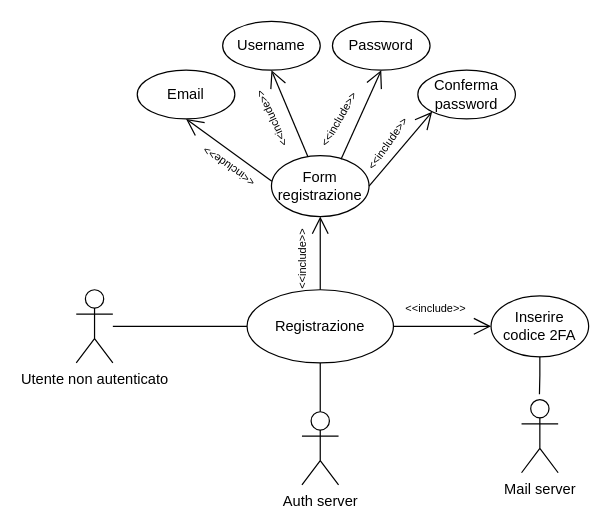
Before: second-deliverable/images/Registrazione_UCD.drawio.xml in IS-FixMi/Documentation-Source, a draw.io diagram. Source tidied: cells renumbered, new cells numbered last; positions are measured from the earlier drawing's top-left corner, leaving out a move shared by most shapes. Both pictures are drawn from the tidied source at 122%, with x=0, y=0 at pixel (76, 21).
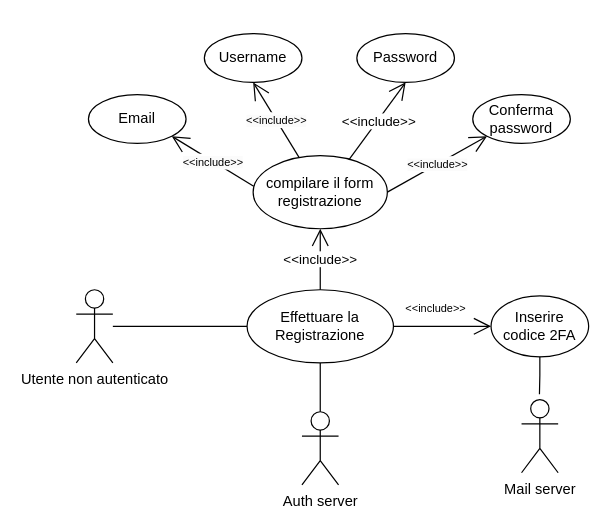
After the change.

Unchanged cells that the change refers to:
```xml
<mxCell id="13" style="endArrow=open;endFill=1;endSize=12;html=1;rounded=0;entryX=0.5;entryY=1;entryDx=0;entryDy=0;exitX=0.713;exitY=0.06;exitDx=0;exitDy=0;exitPerimeter=0;" parent="1" edge="1" source="5" target="9">
  <mxGeometry relative="1" as="geometry" />
</mxCell>
```

The edit, as a diff of the source:
```diff
@@
-    <mxCell id="3" value="Registrazione" style="ellipse;whiteSpace=wrap;html=1;" parent="1" vertex="1">
+    <mxCell id="3" value="Effettuare la&lt;br&gt;Registrazione" style="ellipse;whiteSpace=wrap;html=1;" parent="1" vertex="1">
       <mxGeometry x="140" y="220" width="120" height="60" as="geometry" />
     </mxCell>
@@
-    <mxCell id="5" value="Form registrazione" style="ellipse;whiteSpace=wrap;html=1;" parent="1" vertex="1">
-      <mxGeometry x="160" y="110" width="80" height="50" as="geometry" />
+    <mxCell id="5" value="compilare il form registrazione" style="ellipse;whiteSpace=wrap;html=1;" parent="1" vertex="1">
+      <mxGeometry x="145" y="110" width="110" height="60" as="geometry" />
     </mxCell>
-    <mxCell id="6" style="endArrow=open;endFill=1;endSize=12;html=1;rounded=0;exitX=0.5;exitY=0;exitDx=0;exitDy=0;entryX=0.5;entryY=1;entryDx=0;entryDy=0;" parent="1" edge="1" source="3" target="5">
+    <mxCell id="6" value="&amp;lt;&amp;lt;include&amp;gt;&amp;gt;" style="endArrow=open;endFill=1;endSize=12;html=1;rounded=0;exitX=0.5;exitY=0;exitDx=0;exitDy=0;entryX=0.5;entryY=1;entryDx=0;entryDy=0;" parent="1" edge="1" source="3" target="5">
       <mxGeometry relative="1" as="geometry" />
     </mxCell>
     <mxCell id="7" value="Email" style="ellipse;whiteSpace=wrap;html=1;" parent="1" vertex="1">
-      <mxGeometry x="50" y="40" width="80" height="40" as="geometry" />
+      <mxGeometry x="10" y="60" width="80" height="40" as="geometry" />
     </mxCell>
     <mxCell id="8" value="Username" style="ellipse;whiteSpace=wrap;html=1;" parent="1" vertex="1">
-      <mxGeometry x="120" width="80" height="40" as="geometry" />
+      <mxGeometry x="105" y="10" width="80" height="40" as="geometry" />
     </mxCell>
     <mxCell id="9" value="Password" style="ellipse;whiteSpace=wrap;html=1;" parent="1" vertex="1">
-      <mxGeometry x="210" width="80" height="40" as="geometry" />
+      <mxGeometry x="230" y="10" width="80" height="40" as="geometry" />
     </mxCell>
     <mxCell id="10" value="Conferma password" style="ellipse;whiteSpace=wrap;html=1;" parent="1" vertex="1">
-      <mxGeometry x="280" y="40" width="80" height="40" as="geometry" />
+      <mxGeometry x="325" y="60" width="80" height="40" as="geometry" />
     </mxCell>
-    <mxCell id="11" style="endArrow=open;endFill=1;endSize=12;html=1;rounded=0;entryX=0.5;entryY=1;entryDx=0;entryDy=0;exitX=0.004;exitY=0.42;exitDx=0;exitDy=0;exitPerimeter=0;" parent="1" edge="1" source="5" target="7">
+    <mxCell id="11" value="&lt;span style=&quot;color: rgb(0, 0, 0); font-family: Helvetica; font-size: 9px; font-style: normal; font-variant-ligatures: normal; font-variant-caps: normal; font-weight: 400; letter-spacing: normal; orphans: 2; text-align: center; text-indent: 0px; text-transform: none; widows: 2; word-spacing: 0px; -webkit-text-stroke-width: 0px; background-color: rgb(251, 251, 251); text-decoration-thickness: initial; text-decoration-style: initial; text-decoration-color: initial; float: none; display: inline !important;&quot;&gt;&amp;lt;&amp;lt;include&amp;gt;&amp;gt;&lt;/span&gt;" style="endArrow=open;endFill=1;endSize=12;html=1;rounded=0;entryX=1;entryY=1;entryDx=0;entryDy=0;exitX=0.004;exitY=0.42;exitDx=0;exitDy=0;exitPerimeter=0;" parent="1" edge="1" source="5" target="7">
       <mxGeometry relative="1" as="geometry" />
     </mxCell>
-    <mxCell id="12" style="endArrow=open;endFill=1;endSize=12;html=1;rounded=0;entryX=0.5;entryY=1;entryDx=0;entryDy=0;" parent="1" edge="1" source="5" target="8">
+    <mxCell id="12" value="&lt;span style=&quot;color: rgb(0, 0, 0); font-family: Helvetica; font-size: 9px; font-style: normal; font-variant-ligatures: normal; font-variant-caps: normal; font-weight: 400; letter-spacing: normal; orphans: 2; text-align: center; text-indent: 0px; text-transform: none; widows: 2; word-spacing: 0px; -webkit-text-stroke-width: 0px; background-color: rgb(251, 251, 251); text-decoration-thickness: initial; text-decoration-style: initial; text-decoration-color: initial; float: none; display: inline !important;&quot;&gt;&amp;lt;&amp;lt;include&amp;gt;&amp;gt;&lt;/span&gt;" style="endArrow=open;endFill=1;endSize=12;html=1;rounded=0;entryX=0.5;entryY=1;entryDx=0;entryDy=0;" parent="1" edge="1" source="5" target="8">
       <mxGeometry relative="1" as="geometry" />
     </mxCell>
@@
+    <mxCell id="27" value="&amp;lt;&amp;lt;include&amp;gt;&amp;gt;" style="edgeLabel;html=1;align=center;verticalAlign=middle;" parent="13" vertex="1">
+      <mxGeometry x="0.01" y="-1" relative="1" as="geometry" />
+    </mxCell>
-    <mxCell id="14" style="endArrow=open;endFill=1;endSize=12;html=1;rounded=0;exitX=1;exitY=0.5;exitDx=0;exitDy=0;entryX=0;entryY=1;entryDx=0;entryDy=0;" parent="1" edge="1" source="5" target="10">
+    <mxCell id="14" value="&lt;span style=&quot;color: rgb(0, 0, 0); font-family: Helvetica; font-size: 9px; font-style: normal; font-variant-ligatures: normal; font-variant-caps: normal; font-weight: 400; letter-spacing: normal; orphans: 2; text-align: center; text-indent: 0px; text-transform: none; widows: 2; word-spacing: 0px; -webkit-text-stroke-width: 0px; background-color: rgb(251, 251, 251); text-decoration-thickness: initial; text-decoration-style: initial; text-decoration-color: initial; float: none; display: inline !important;&quot;&gt;&amp;lt;&amp;lt;include&amp;gt;&amp;gt;&lt;/span&gt;" style="endArrow=open;endFill=1;endSize=12;html=1;rounded=0;exitX=1;exitY=0.5;exitDx=0;exitDy=0;entryX=0;entryY=1;entryDx=0;entryDy=0;" parent="1" edge="1" source="5" target="10">
       <mxGeometry relative="1" as="geometry" />
     </mxCell>
-    <mxCell id="15" value="&lt;font style=&quot;font-size: 9px;&quot;&gt;&amp;lt;&amp;lt;include&amp;gt;&amp;gt;&lt;/font&gt;" style="text;html=1;strokeColor=none;fillColor=none;align=center;verticalAlign=middle;whiteSpace=wrap;rounded=0;rotation=-90;" parent="1" vertex="1">
-      <mxGeometry x="160" y="185" width="50" height="20" as="geometry" />
-    </mxCell>
-    <mxCell id="16" value="&lt;font style=&quot;font-size: 9px;&quot;&gt;&amp;lt;&amp;lt;include&amp;gt;&amp;gt;&lt;/font&gt;" style="text;html=1;strokeColor=none;fillColor=none;align=center;verticalAlign=middle;whiteSpace=wrap;rounded=0;rotation=-145;" parent="1" vertex="1">
-      <mxGeometry x="100" y="110" width="50" height="20" as="geometry" />
-    </mxCell>
-    <mxCell id="17" value="&lt;font style=&quot;font-size: 9px;&quot;&gt;&amp;lt;&amp;lt;include&amp;gt;&amp;gt;&lt;/font&gt;" style="text;html=1;strokeColor=none;fillColor=none;align=center;verticalAlign=middle;whiteSpace=wrap;rounded=0;rotation=-115;" parent="1" vertex="1">
-      <mxGeometry x="135" y="70" width="50" height="20" as="geometry" />
-    </mxCell>
-    <mxCell id="18" value="&lt;font style=&quot;font-size: 9px;&quot;&gt;&amp;lt;&amp;lt;include&amp;gt;&amp;gt;&lt;/font&gt;" style="text;html=1;strokeColor=none;fillColor=none;align=center;verticalAlign=middle;whiteSpace=wrap;rounded=0;rotation=-60;" parent="1" vertex="1">
-      <mxGeometry x="190" y="70" width="50" height="20" as="geometry" />
-    </mxCell>
-    <mxCell id="19" value="&lt;font style=&quot;font-size: 9px;&quot;&gt;&amp;lt;&amp;lt;include&amp;gt;&amp;gt;&lt;/font&gt;" style="text;html=1;strokeColor=none;fillColor=none;align=center;verticalAlign=middle;whiteSpace=wrap;rounded=0;rotation=-55;" parent="1" vertex="1">
-      <mxGeometry x="230" y="90" width="50" height="20" as="geometry" />
-    </mxCell>
```
